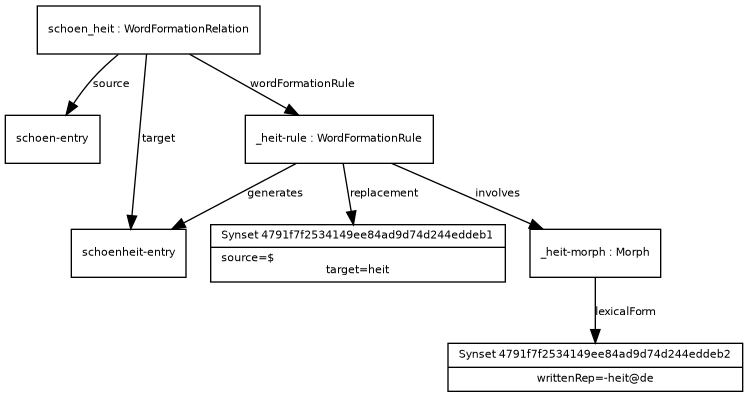
Above: examples/example_19.png in ontolex/morph (Graphviz), before the change. Its source is kept beside it as examples/example_19.dot.
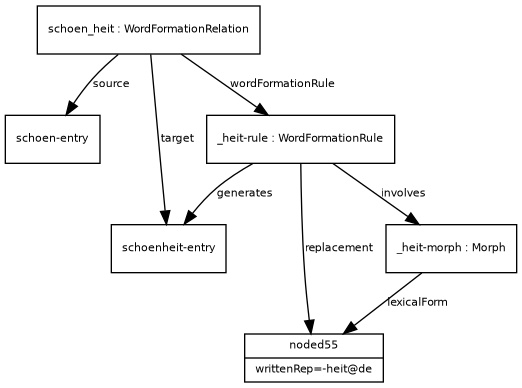
After the commit.

What changed in the source:
```diff
@@ -17,10 +17,10 @@
 schoen_heit -> schoenentry [ label="source" ]
 schoenheitentry [ label="{schoenheit-entry}" ]
 schoen_heit -> schoenheitentry [ label="target" ]
-Synset4791f7f2534149ee84ad9d74d244eddeb1 [ label="{Synset 4791f7f2534149ee84ad9d74d244eddeb1|source=$\ltarget=heit}" ]
-_heitrule -> Synset4791f7f2534149ee84ad9d74d244eddeb1 [ label="replacement" ]
-Synset4791f7f2534149ee84ad9d74d244eddeb2 [ label="{Synset 4791f7f2534149ee84ad9d74d244eddeb2|writtenRep=-heit@de}" ]
-_heitmorph -> Synset4791f7f2534149ee84ad9d74d244eddeb2 [ label="lexicalForm" ]
+noded55 [ label="{noded55|source=$\ltarget=heit}" ]
+_heitrule -> noded55 [ label="replacement" ]
+noded55 [ label="{noded55|writtenRep=-heit@de}" ]
+_heitmorph -> noded55 [ label="lexicalForm" ]
 _heitmorph [ label="{_heit-morph : Morph}" ]
 _heitrule -> _heitmorph [ label="involves" ]
 _heitrule -> schoenheitentry [ label="generates" ]
```
